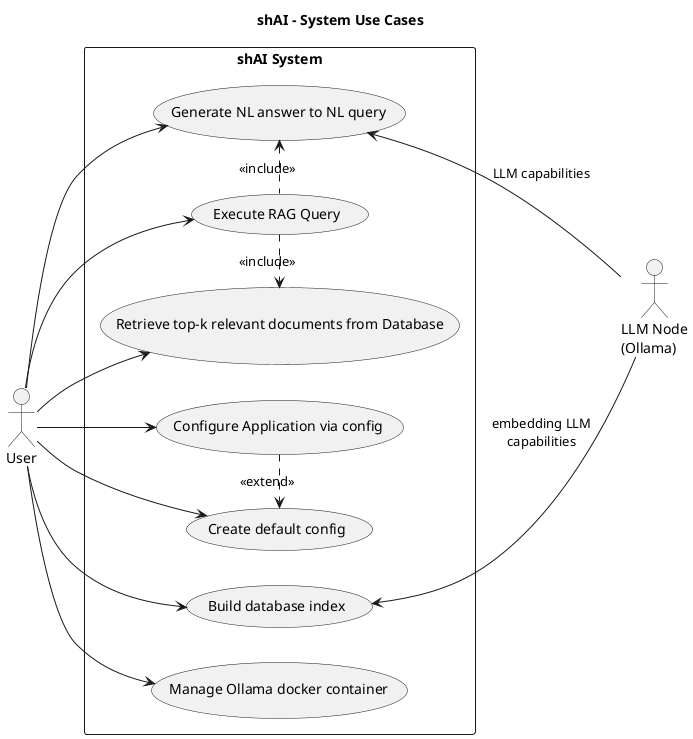
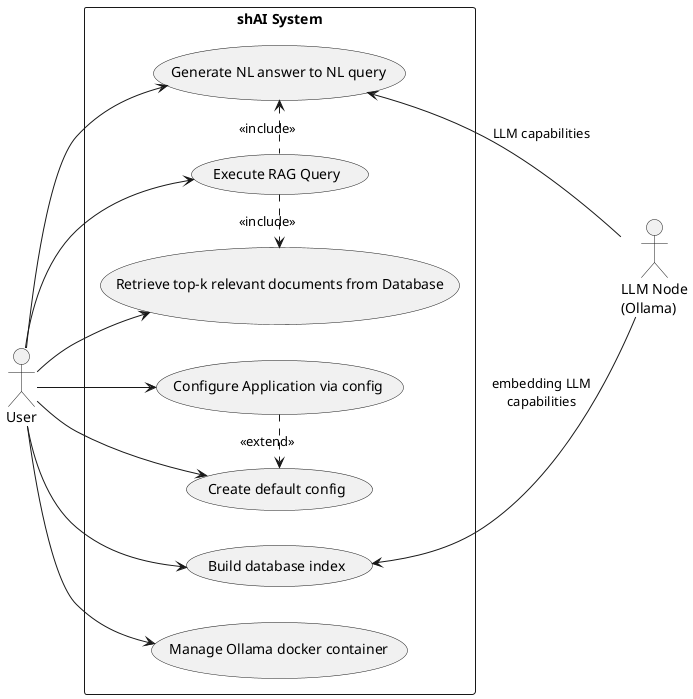
@startuml shAI_Use_Cases
/'!include .style.puml'/
/'!pragma layout smetana'/
/'skinparam linetype polyline'/
/'skinparam linetype ortho'/

- title shAI - System Use Cases
+ /'title shAI - System Use Cases'/

left to right direction

actor "User" as User
actor "LLM Node\n(Ollama)" as LLM_Actor

rectangle "shAI System" {
  usecase "Execute RAG Query" as UC1
  usecase "Generate NL answer to NL query" as UC2

  usecase "Retrieve top-k relevant documents from Database" as UC3
  usecase "Build database index" as UC4

  usecase "Manage Ollama docker container" as UC6
  usecase "Configure Application via config" as UC7
  usecase "Create default config" as UC7.1
}

' User interactions
User --> UC1
User --> UC2

User --> UC3
User --> UC4

User --> UC6
User --> UC7
User --> UC7.1

' System interactions
LLM_Actor -u-> UC2: LLM capabilities
LLM_Actor -u-> UC4: embedding LLM\ncapabilities


' Dependencies (<<include>> and <<extend>> relationships)
UC1 .l.> UC2 : <<include>>
UC1 .r.> UC3 : <<include>>

UC7 .r.> UC7.1 : <<extend>>

@enduml

% \paragraph{Information Retrieval Module (RAG)}
% \begin{itemize}
%   \item User can receive answers to queries in human-readable format, based on
%     a local document database.
%   \item User can create, update, and remove documents in the local database.
%   \item User can receive a list of documents relevant to a query in human-readable
%     format.
%   \item User can build and maintain search indices for efficient document retrieval.
% \end{itemize}

% \paragraph{Command Execution and Classification}
% \begin{itemize}
%   \item User can execute shell commands directly through the assistant interface.
%   \item The assistant intelligently distinguishes between natural language questions
%     and shell commands.
%   \item User receives real-time feedback on command execution status and results.
% \end{itemize}

% \paragraph{Package Management}
% \begin{itemize}
%   \item User can download the application as a package and install it on their system.
%   \item User can uninstall the application cleanly without leaving residual files.
%   \item Installation process automatically configures dependencies and system paths.
% \end{itemize}
%
% \paragraph{Network Requirements}
% \begin{itemize}
%   \item No internet connection required for runtime operation (fully offline). Internet required only for initial installation and model downloads
% \end{itemize}
